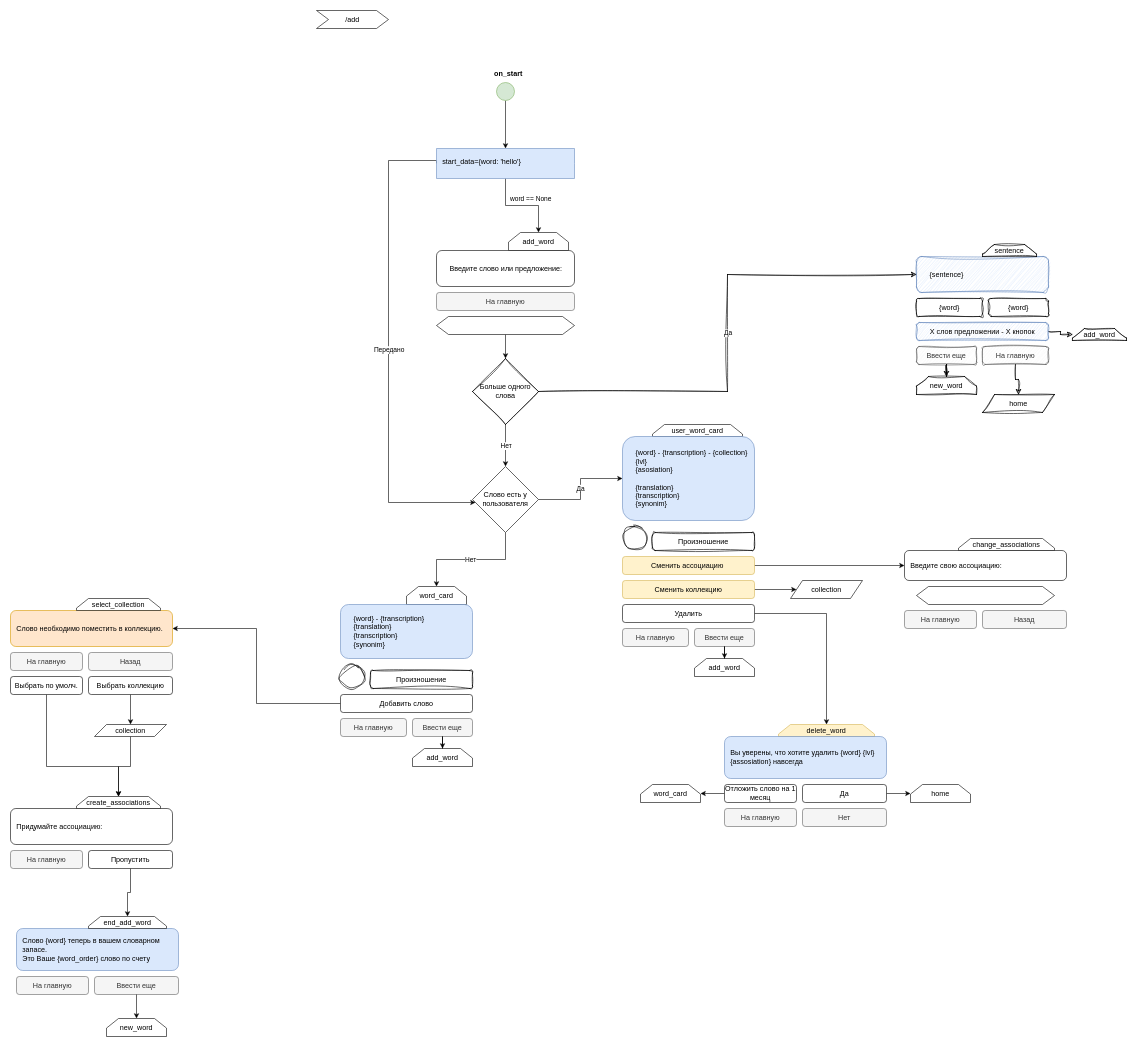
This is page "add_word" (4 of 8) of lexi-bot.drawio from pasha-danilevich/lexi-bot, a draw.io file, before an edit. Source tidied: cells renumbered, new cells numbered last; positions are measured from the earlier drawing's top-left corner, leaving out a move shared by most shapes. Both pictures are drawn from the tidied source at 60%, with x=0, y=0 at pixel (10, 10).
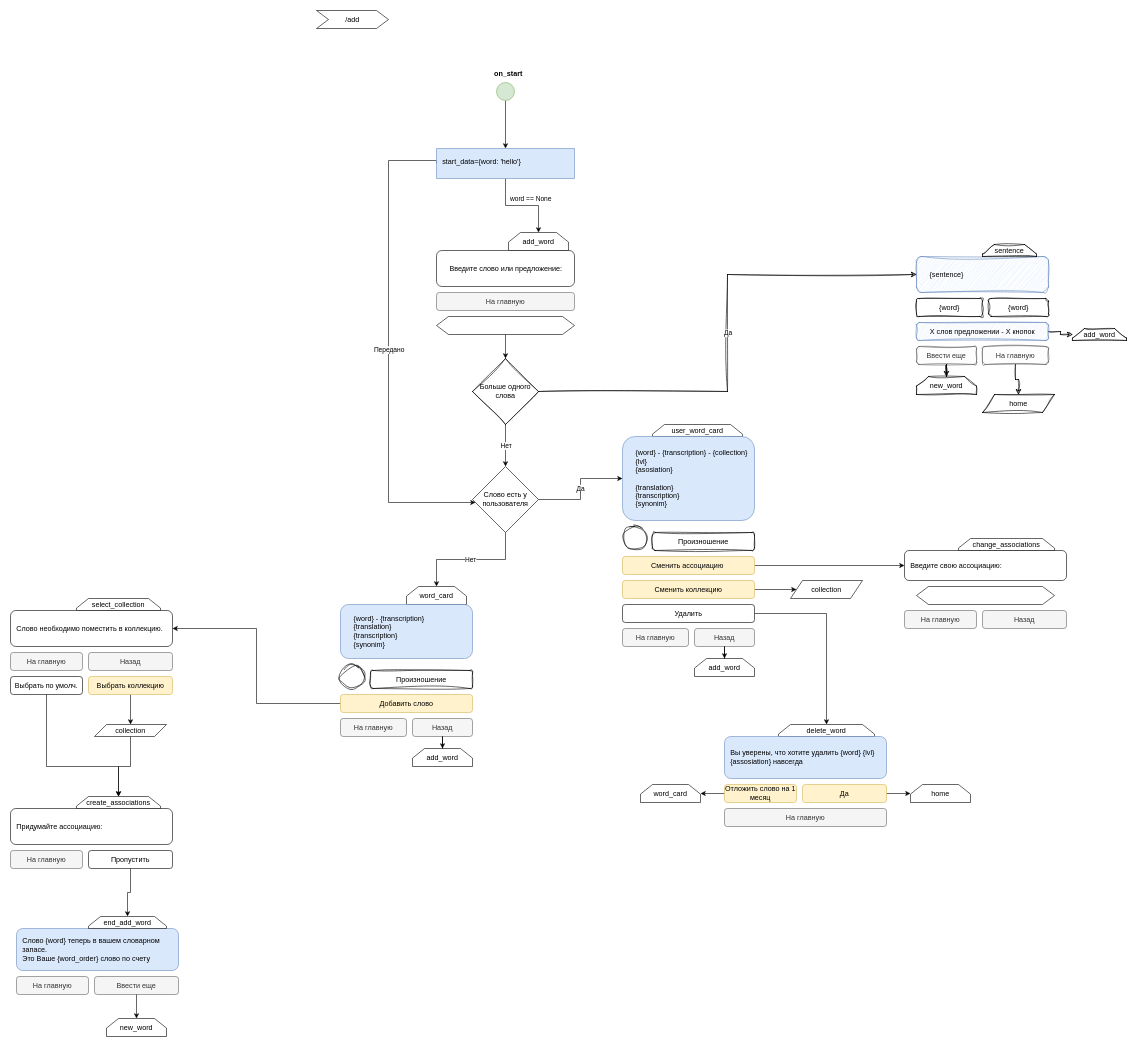
After the change.

What changed in the source:
```diff
@@
-    <mxCell id="11" value="Добавить слово" style="rounded=1;whiteSpace=wrap;html=1;spacingLeft=0;align=center;" parent="1" vertex="1">
+    <mxCell id="11" value="Добавить слово" style="rounded=1;whiteSpace=wrap;html=1;spacingLeft=0;align=center;fillColor=#fff2cc;strokeColor=#d6b656;" parent="1" vertex="1">
       <mxGeometry x="550" y="1140" width="220" height="30" as="geometry" />
     </mxCell>
@@
-    <mxCell id="39" value="Слово необходимо поместить в коллекцию." style="rounded=1;whiteSpace=wrap;html=1;spacingLeft=0;align=left;spacing=10;fillColor=#ffe6cc;strokeColor=#d79b00;" parent="1" vertex="1">
+    <mxCell id="39" value="Слово необходимо поместить в коллекцию." style="rounded=1;whiteSpace=wrap;html=1;spacingLeft=0;align=left;spacing=10;" parent="1" vertex="1">
       <mxGeometry y="1000" width="270" height="60" as="geometry" />
     </mxCell>
@@
-    <mxCell id="48" value="Ввести еще" style="rounded=1;whiteSpace=wrap;html=1;spacingLeft=0;align=center;fillColor=#f5f5f5;fontColor=#333333;strokeColor=#666666;" parent="1" vertex="1">
+    <mxCell id="48" value="Назад" style="rounded=1;whiteSpace=wrap;html=1;spacingLeft=0;align=center;fillColor=#f5f5f5;fontColor=#333333;strokeColor=#666666;" parent="1" vertex="1">
       <mxGeometry x="1140" y="1030" width="100" height="30" as="geometry" />
     </mxCell>
@@
-    <mxCell id="76" value="Выбрать коллекцию" style="rounded=1;whiteSpace=wrap;html=1;spacingLeft=0;align=center;" parent="1" vertex="1">
+    <mxCell id="76" value="Выбрать коллекцию" style="rounded=1;whiteSpace=wrap;html=1;spacingLeft=0;align=center;fillColor=#fff2cc;strokeColor=#d6b656;" parent="1" vertex="1">
       <mxGeometry x="130" y="1110" width="140" height="30" as="geometry" />
     </mxCell>
@@
-    <mxCell id="78" value="&lt;span style=&quot;white-space-collapse: preserve;&quot;&gt;delete_word&lt;/span&gt;" style="shape=loopLimit;whiteSpace=wrap;html=1;fillColor=#fff2cc;strokeColor=#d6b656;" parent="1" vertex="1">
+    <mxCell id="78" value="&lt;span style=&quot;white-space-collapse: preserve;&quot;&gt;delete_word&lt;/span&gt;" style="shape=loopLimit;whiteSpace=wrap;html=1;" parent="1" vertex="1">
       <mxGeometry x="1280" y="1190" width="160" height="20" as="geometry" />
     </mxCell>
-    <mxCell id="79" value="Нет" style="rounded=1;whiteSpace=wrap;html=1;spacingLeft=0;align=center;fillColor=#f5f5f5;strokeColor=#666666;fontColor=#333333;" parent="1" vertex="1">
-      <mxGeometry x="1320" y="1330" width="140" height="30" as="geometry" />
-    </mxCell>
@@
     <mxCell id="81" value="На главную" style="rounded=1;whiteSpace=wrap;html=1;spacingLeft=0;align=center;fillColor=#f5f5f5;fontColor=#333333;strokeColor=#666666;" parent="1" vertex="1">
-      <mxGeometry x="1190" y="1330" width="120" height="30" as="geometry" />
+      <mxGeometry x="1190" y="1330" width="270" height="30" as="geometry" />
     </mxCell>
@@
-    <mxCell id="83" value="Да" style="rounded=1;whiteSpace=wrap;html=1;spacingLeft=0;align=center;" parent="1" vertex="1">
+    <mxCell id="83" value="Да" style="rounded=1;whiteSpace=wrap;html=1;spacingLeft=0;align=center;fillColor=#fff2cc;strokeColor=#d6b656;" parent="1" vertex="1">
       <mxGeometry x="1320" y="1290" width="140" height="30" as="geometry" />
     </mxCell>
@@
-    <mxCell id="85" value="Отложить слово на 1 месяц" style="rounded=1;whiteSpace=wrap;html=1;spacingLeft=0;align=center;" parent="1" vertex="1">
+    <mxCell id="85" value="Отложить слово на 1 месяц" style="rounded=1;whiteSpace=wrap;html=1;spacingLeft=0;align=center;fillColor=#fff2cc;strokeColor=#d6b656;" parent="1" vertex="1">
       <mxGeometry x="1190" y="1290" width="120" height="30" as="geometry" />
     </mxCell>
@@
-    <mxCell id="95" value="Ввести еще" style="rounded=1;whiteSpace=wrap;html=1;spacingLeft=0;align=center;fillColor=#f5f5f5;fontColor=#333333;strokeColor=#666666;" parent="1" vertex="1">
+    <mxCell id="95" value="Назад" style="rounded=1;whiteSpace=wrap;html=1;spacingLeft=0;align=center;fillColor=#f5f5f5;fontColor=#333333;strokeColor=#666666;" parent="1" vertex="1">
       <mxGeometry x="670" y="1180" width="100" height="30" as="geometry" />
     </mxCell>
```
